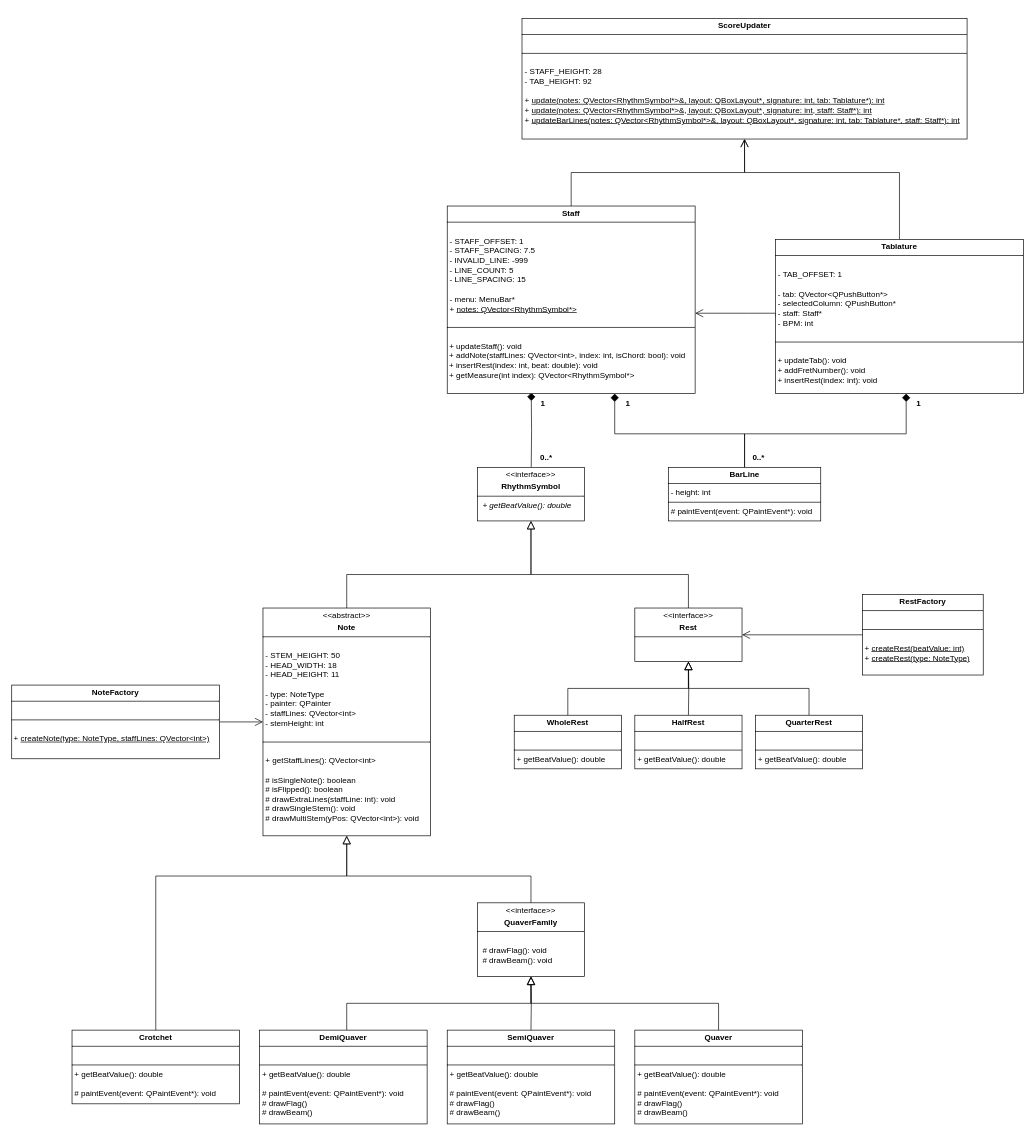
This is UMLDiagram.drawio from EthanL285/TabPro, a draw.io file, before an edit. Source tidied: cells renumbered, new cells numbered last; positions are measured from the earlier drawing's top-left corner, leaving out a move shared by most shapes. Both pictures are drawn from the tidied source at 67%, with x=0, y=0 at pixel (11, 18).
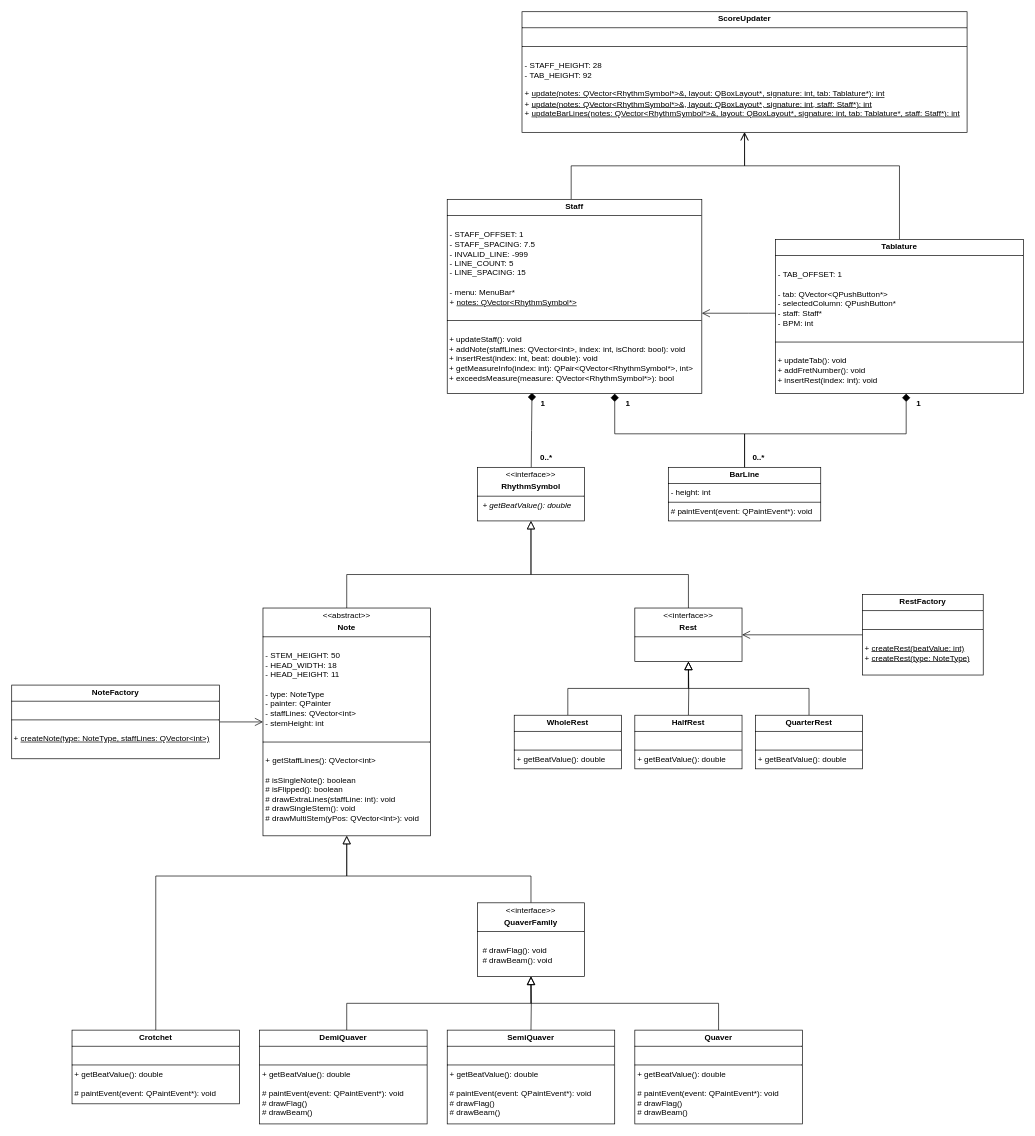
After the change.

Commit message:
Update UMLDiagram - Added getMeasureInfo() and exceedsMeasure()

Unchanged cells that the change refers to:
```xml
<mxCell id="33" value="&lt;p style=&quot;margin:0px;margin-top:4px;text-align:center;&quot;&gt;&lt;b&gt;Tablature&lt;/b&gt;&lt;/p&gt;&lt;hr size=&quot;1&quot; style=&quot;border-style:solid;&quot;&gt;&lt;p style=&quot;margin:0px;margin-left:4px;&quot;&gt;&lt;br&gt;&lt;/p&gt;&lt;p style=&quot;margin:0px;margin-left:4px;&quot;&gt;- TAB_OFFSET: 1&lt;/p&gt;&lt;p style=&quot;margin:0px;margin-left:4px;&quot;&gt;&lt;br&gt;&lt;/p&gt;&lt;p style=&quot;margin:0px;margin-left:4px;&quot;&gt;- tab: QVector&amp;lt;QPushButton*&amp;gt;&lt;/p&gt;&lt;p style=&quot;margin:0px;margin-left:4px;&quot;&gt;- selectedColumn: QPushButton*&lt;/p&gt;&lt;p style=&quot;margin:0px;margin-left:4px;&quot;&gt;- staff: Staff*&lt;/p&gt;&lt;p style=&quot;margin:0px;margin-left:4px;&quot;&gt;- BPM: int&lt;/p&gt;&lt;p style=&quot;margin:0px;margin-left:4px;&quot;&gt;&lt;br&gt;&lt;/p&gt;&lt;hr size=&quot;1&quot; style=&quot;border-style:solid;&quot;&gt;&lt;br&gt;&lt;div&gt;&amp;nbsp;&lt;span style=&quot;background-color: initial;&quot;&gt;+ updateTab(): void&lt;/span&gt;&lt;/div&gt;&lt;div&gt;&amp;nbsp;+ addFretNumber(): void&lt;/div&gt;&lt;div&gt;&amp;nbsp;+ insertRest(index: int): void&lt;/div&gt;" style="verticalAlign=top;align=left;overflow=fill;html=1;whiteSpace=wrap;" parent="1" vertex="1">
  <mxGeometry x="1140" y="330" width="370" height="230" as="geometry" />
</mxCell>
```

Change to the diagram source:
```diff
@@
-    <mxCell id="10" style="edgeStyle=orthogonalEdgeStyle;rounded=0;jettySize=auto;html=1;endArrow=diamond;endFill=1;endSize=10;startSize=8;entryX=0.339;entryY=0.995;entryDx=0;entryDy=0;entryPerimeter=0;" parent="1" edge="1" target="18">
+    <mxCell id="10" style="edgeStyle=orthogonalEdgeStyle;rounded=0;jettySize=auto;html=1;endArrow=diamond;endFill=1;endSize=10;startSize=8;entryX=0.333;entryY=0.996;entryDx=0;entryDy=0;entryPerimeter=0;" parent="1" edge="1" target="18">
       <mxGeometry relative="1" as="geometry">
         <mxPoint x="775.4" y="670" as="sourcePoint" />
       </mxGeometry>
     </mxCell>
@@
     <mxCell id="17" style="edgeStyle=orthogonalEdgeStyle;rounded=0;jettySize=auto;html=1;entryX=0.5;entryY=1;entryDx=0;entryDy=0;endArrow=open;endFill=0;endSize=10;" parent="1" edge="1" source="18" target="37">
       <mxGeometry relative="1" as="geometry">
         <Array as="points">
-          <mxPoint x="835" y="230" />
-          <mxPoint x="1094" y="230" />
+          <mxPoint x="835" y="220" />
+          <mxPoint x="1094" y="220" />
         </Array>
       </mxGeometry>
     </mxCell>
-    <mxCell id="18" value="&lt;p style=&quot;margin:0px;margin-top:4px;text-align:center;&quot;&gt;&lt;b style=&quot;background-color: initial;&quot;&gt;Staff&lt;/b&gt;&lt;/p&gt;&lt;hr size=&quot;1&quot; style=&quot;border-style:solid;&quot;&gt;&lt;p style=&quot;margin:0px;margin-left:4px;&quot;&gt;&lt;br&gt;&lt;/p&gt;&lt;p style=&quot;margin: 0px 0px 0px 4px;&quot;&gt;- STAFF_OFFSET: 1&lt;/p&gt;&lt;p style=&quot;margin: 0px 0px 0px 4px;&quot;&gt;- STAFF_SPACING: 7.5&lt;/p&gt;&lt;p style=&quot;margin: 0px 0px 0px 4px;&quot;&gt;&lt;span style=&quot;background-color: initial;&quot;&gt;- INVALID_LINE: -999&lt;/span&gt;&lt;/p&gt;&lt;p style=&quot;margin:0px;margin-left:4px;&quot;&gt;&lt;span style=&quot;background-color: initial;&quot;&gt;- LINE_COUNT: 5&lt;/span&gt;&lt;/p&gt;&lt;p style=&quot;margin:0px;margin-left:4px;&quot;&gt;- LINE_SPACING: 15&lt;/p&gt;&lt;p style=&quot;margin: 0px 0px 0px 4px;&quot;&gt;&lt;br&gt;&lt;/p&gt;&lt;p style=&quot;margin:0px;margin-left:4px;&quot;&gt;&lt;span style=&quot;background-color: initial;&quot;&gt;- menu: MenuBar*&lt;/span&gt;&lt;/p&gt;&lt;p style=&quot;margin:0px;margin-left:4px;&quot;&gt;&lt;span style=&quot;background-color: initial;&quot;&gt;+ &lt;u&gt;notes: QVector&amp;lt;RhythmSymbol*&amp;gt;&lt;/u&gt;&lt;/span&gt;&lt;/p&gt;&lt;p style=&quot;margin:0px;margin-left:4px;&quot;&gt;&lt;br&gt;&lt;/p&gt;&lt;hr size=&quot;1&quot; style=&quot;border-style:solid;&quot;&gt;&lt;br&gt;&lt;div&gt;&amp;nbsp;&lt;span style=&quot;background-color: initial;&quot;&gt;+ updateStaff(): void&lt;/span&gt;&lt;/div&gt;&lt;div&gt;&amp;nbsp;+ addNote(staffLines: QVector&amp;lt;int&amp;gt;, index: int, isChord: bool): void&lt;/div&gt;&lt;div&gt;&lt;span style=&quot;background-color: initial;&quot;&gt;&amp;nbsp;+ insertRest(index: int, beat: double): void&lt;/span&gt;&lt;/div&gt;&lt;div&gt;&amp;nbsp;+ getMeasure(int index): QVector&amp;lt;RhythmSymbol*&amp;gt;&lt;/div&gt;&lt;div&gt;&lt;br&gt;&lt;/div&gt;&lt;div&gt;&lt;div&gt;&lt;br&gt;&lt;/div&gt;&lt;/div&gt;&lt;div&gt;&lt;br&gt;&lt;/div&gt;&lt;div&gt;&lt;br&gt;&lt;/div&gt;&lt;div&gt;&lt;br&gt;&lt;/div&gt;&lt;div&gt;&lt;br&gt;&lt;br&gt;&lt;/div&gt;" style="verticalAlign=top;align=left;overflow=fill;html=1;whiteSpace=wrap;" parent="1" vertex="1">
-      <mxGeometry x="650" y="280" width="370" height="280" as="geometry" />
+    <mxCell id="18" value="&lt;p style=&quot;margin:0px;margin-top:4px;text-align:center;&quot;&gt;&lt;b style=&quot;background-color: initial;&quot;&gt;Staff&lt;/b&gt;&lt;/p&gt;&lt;hr size=&quot;1&quot; style=&quot;border-style:solid;&quot;&gt;&lt;p style=&quot;margin:0px;margin-left:4px;&quot;&gt;&lt;br&gt;&lt;/p&gt;&lt;p style=&quot;margin: 0px 0px 0px 4px;&quot;&gt;- STAFF_OFFSET: 1&lt;/p&gt;&lt;p style=&quot;margin: 0px 0px 0px 4px;&quot;&gt;- STAFF_SPACING: 7.5&lt;/p&gt;&lt;p style=&quot;margin: 0px 0px 0px 4px;&quot;&gt;&lt;span style=&quot;background-color: initial;&quot;&gt;- INVALID_LINE: -999&lt;/span&gt;&lt;/p&gt;&lt;p style=&quot;margin:0px;margin-left:4px;&quot;&gt;&lt;span style=&quot;background-color: initial;&quot;&gt;- LINE_COUNT: 5&lt;/span&gt;&lt;/p&gt;&lt;p style=&quot;margin:0px;margin-left:4px;&quot;&gt;- LINE_SPACING: 15&lt;/p&gt;&lt;p style=&quot;margin: 0px 0px 0px 4px;&quot;&gt;&lt;br&gt;&lt;/p&gt;&lt;p style=&quot;margin:0px;margin-left:4px;&quot;&gt;&lt;span style=&quot;background-color: initial;&quot;&gt;- menu: MenuBar*&lt;/span&gt;&lt;/p&gt;&lt;p style=&quot;margin:0px;margin-left:4px;&quot;&gt;&lt;span style=&quot;background-color: initial;&quot;&gt;+ &lt;u&gt;notes: QVector&amp;lt;RhythmSymbol*&amp;gt;&lt;/u&gt;&lt;/span&gt;&lt;/p&gt;&lt;p style=&quot;margin:0px;margin-left:4px;&quot;&gt;&lt;br&gt;&lt;/p&gt;&lt;hr size=&quot;1&quot; style=&quot;border-style:solid;&quot;&gt;&lt;br&gt;&lt;div&gt;&amp;nbsp;&lt;span style=&quot;background-color: initial;&quot;&gt;+ updateStaff(): void&lt;/span&gt;&lt;/div&gt;&lt;div&gt;&amp;nbsp;+ addNote(staffLines: QVector&amp;lt;int&amp;gt;, index: int, isChord: bool): void&lt;/div&gt;&lt;div&gt;&lt;span style=&quot;background-color: initial;&quot;&gt;&amp;nbsp;+ insertRest(index: int, beat: double): void&lt;/span&gt;&lt;/div&gt;&lt;div&gt;&amp;nbsp;+ getMeasureInfo(index: int): QPair&amp;lt;QVector&amp;lt;RhythmSymbol*&amp;gt;, int&amp;gt;&lt;/div&gt;&lt;div&gt;&amp;nbsp;+ exceedsMeasure(measure: QVector&amp;lt;RhythmSymbol*&amp;gt;): bool&lt;/div&gt;&lt;div&gt;&lt;br&gt;&lt;/div&gt;&lt;div&gt;&lt;div&gt;&lt;br&gt;&lt;/div&gt;&lt;/div&gt;&lt;div&gt;&lt;br&gt;&lt;/div&gt;&lt;div&gt;&lt;br&gt;&lt;/div&gt;&lt;div&gt;&lt;br&gt;&lt;/div&gt;&lt;div&gt;&lt;br&gt;&lt;br&gt;&lt;/div&gt;" style="verticalAlign=top;align=left;overflow=fill;html=1;whiteSpace=wrap;" parent="1" vertex="1">
+      <mxGeometry x="650" y="270" width="380" height="290" as="geometry" />
     </mxCell>
@@
     <mxCell id="32" style="edgeStyle=orthogonalEdgeStyle;rounded=0;jettySize=auto;html=1;entryX=0.5;entryY=1;entryDx=0;entryDy=0;endArrow=open;endFill=0;endSize=10;" parent="1" edge="1" source="33" target="37">
       <mxGeometry relative="1" as="geometry">
         <Array as="points">
-          <mxPoint x="1325" y="230" />
-          <mxPoint x="1094" y="230" />
+          <mxPoint x="1325" y="220" />
+          <mxPoint x="1094" y="220" />
         </Array>
       </mxGeometry>
     </mxCell>
@@
     <mxCell id="37" value="&lt;p style=&quot;margin:0px;margin-top:4px;text-align:center;&quot;&gt;&lt;b&gt;ScoreUpdater&lt;/b&gt;&lt;/p&gt;&lt;hr size=&quot;1&quot; style=&quot;border-style:solid;&quot;&gt;&lt;p style=&quot;margin:0px;margin-left:4px;&quot;&gt;&lt;br&gt;&lt;/p&gt;&lt;hr size=&quot;1&quot; style=&quot;border-style:solid;&quot;&gt;&lt;p style=&quot;margin: 0px 0px 0px 4px;&quot;&gt;&lt;br&gt;&lt;/p&gt;&lt;p style=&quot;margin: 0px 0px 0px 4px;&quot;&gt;- STAFF_HEIGHT: 28&lt;/p&gt;&lt;p style=&quot;margin: 0px 0px 0px 4px;&quot;&gt;- TAB_HEIGHT: 92&lt;/p&gt;&lt;p style=&quot;margin: 0px 0px 0px 4px;&quot;&gt;&lt;br&gt;&lt;/p&gt;&lt;p style=&quot;margin: 0px 0px 0px 4px;&quot;&gt;+&amp;nbsp;&lt;u&gt;update(notes: QVector&amp;lt;RhythmSymbol*&amp;gt;&amp;amp;, layout: QBoxLayout*, signature: int, tab: Tablature*): int&lt;/u&gt;&lt;/p&gt;&lt;p style=&quot;margin: 0px 0px 0px 4px;&quot;&gt;+&amp;nbsp;&lt;u&gt;update(notes: QVector&amp;lt;RhythmSymbol*&amp;gt;&amp;amp;, layout: QBoxLayout*, signature: int, staff: Staff*): int&lt;/u&gt;&lt;/p&gt;&lt;p style=&quot;margin: 0px 0px 0px 4px;&quot;&gt;+ &lt;u&gt;updateBarLines(notes: QVector&amp;lt;RhythmSymbol*&amp;gt;&amp;amp;, layout: QBoxLayout*, signature: int, tab: Tablature*, staff: Staff*): int&lt;/u&gt;&lt;/p&gt;&lt;p style=&quot;margin: 0px 0px 0px 4px;&quot;&gt;&lt;br&gt;&lt;/p&gt;" style="verticalAlign=top;align=left;overflow=fill;html=1;whiteSpace=wrap;" parent="1" vertex="1">
-      <mxGeometry x="761.6" width="664.3" height="180" as="geometry" />
+      <mxGeometry x="761.6" y="-10" width="664.3" height="180" as="geometry" />
     </mxCell>
```
